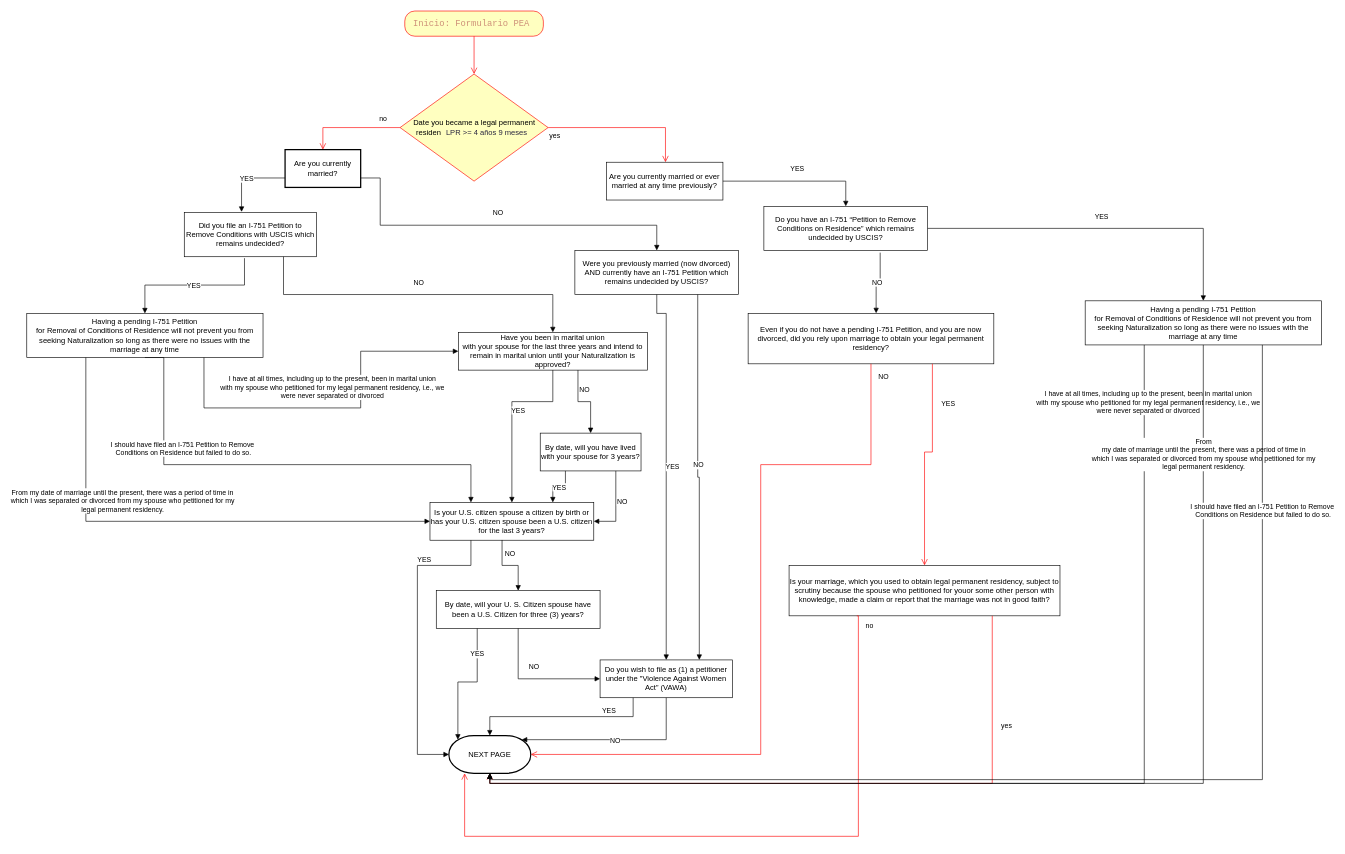
The draw.io diagram page "INITIAL QUESTIONS" (1 of 9) of Preliminary Diagram.drawio in thomywtc/portfolio, before the edit. Source tidied: cells renumbered, new cells numbered last; positions are measured from the earlier drawing's top-left corner, leaving out a move shared by most shapes. Both pictures are drawn from the tidied source at 63%, with x=0, y=0 at pixel (26, 11).
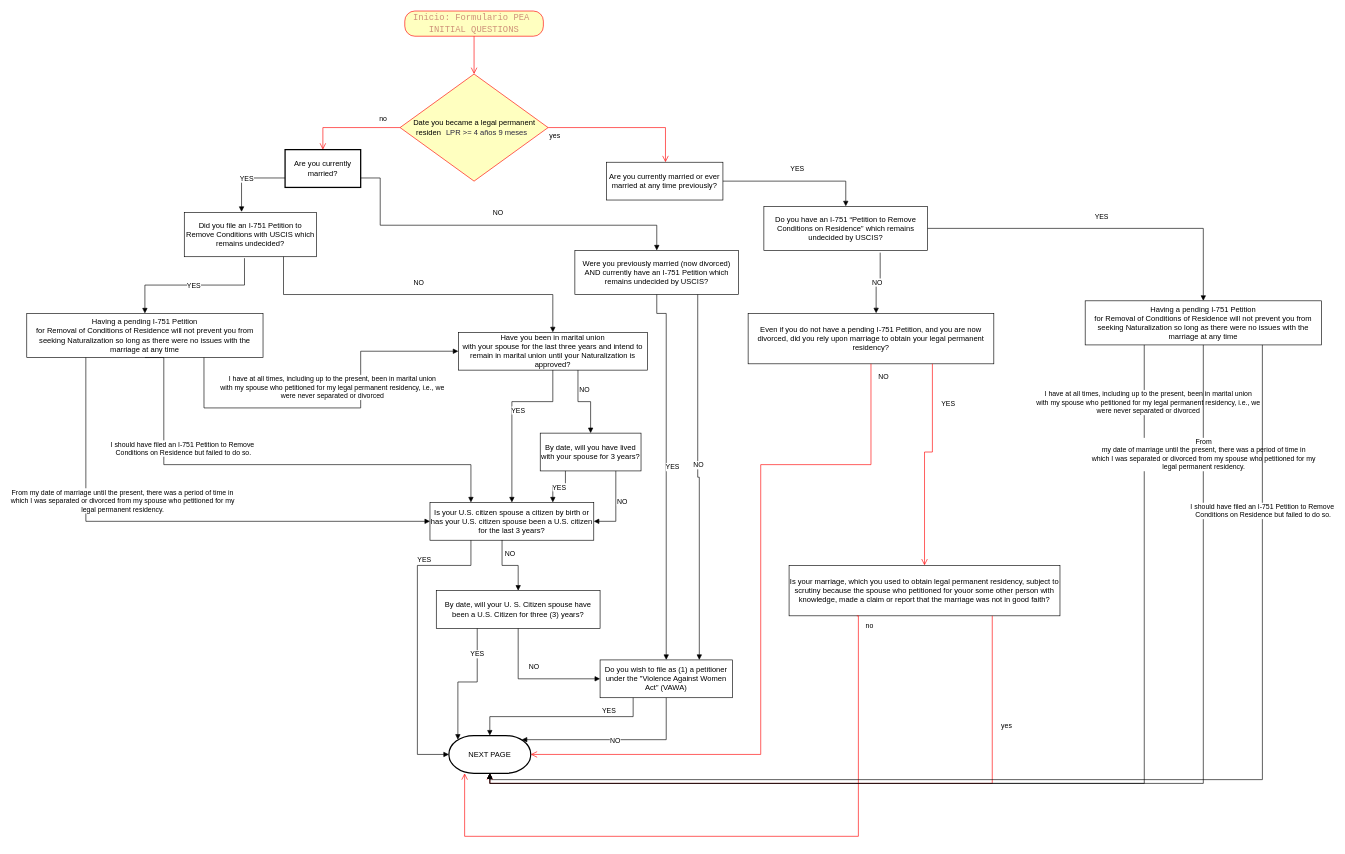
The same diagram, later.

Change to the diagram source:
```diff
@@
-    <mxCell id="19" value="&lt;div style=&quot;color: rgb(212, 212, 212); font-family: Consolas, &amp;quot;Courier New&amp;quot;, monospace; font-weight: normal; font-size: 14px; line-height: 19px; white-space: pre;&quot;&gt;&lt;div&gt;&lt;span style=&quot;color: rgb(206, 145, 120);&quot;&gt;Inicio: Formulario PEA &lt;/span&gt;&lt;/div&gt;&lt;/div&gt;" style="rounded=1;whiteSpace=wrap;html=1;arcSize=40;fontColor=#000000;fillColor=#ffffc0;strokeColor=#ff0000;" parent="1" vertex="1">
+    <mxCell id="19" value="&lt;div style=&quot;color: rgb(212, 212, 212); font-family: Consolas, &amp;quot;Courier New&amp;quot;, monospace; font-weight: normal; font-size: 14px; line-height: 19px; white-space: pre;&quot;&gt;&lt;div&gt;&lt;span style=&quot;color: rgb(206, 145, 120);&quot;&gt;Inicio: Formulario PEA &lt;/span&gt;&lt;/div&gt;&lt;div&gt;&lt;span style=&quot;color: rgb(206, 145, 120);&quot;&gt;INITIAL QUESTIONS&lt;/span&gt;&lt;/div&gt;&lt;/div&gt;" style="rounded=1;whiteSpace=wrap;html=1;arcSize=40;fontColor=#000000;fillColor=#ffffc0;strokeColor=#ff0000;" parent="1" vertex="1">
       <mxGeometry x="600" width="220" height="40" as="geometry" />
     </mxCell>
```
